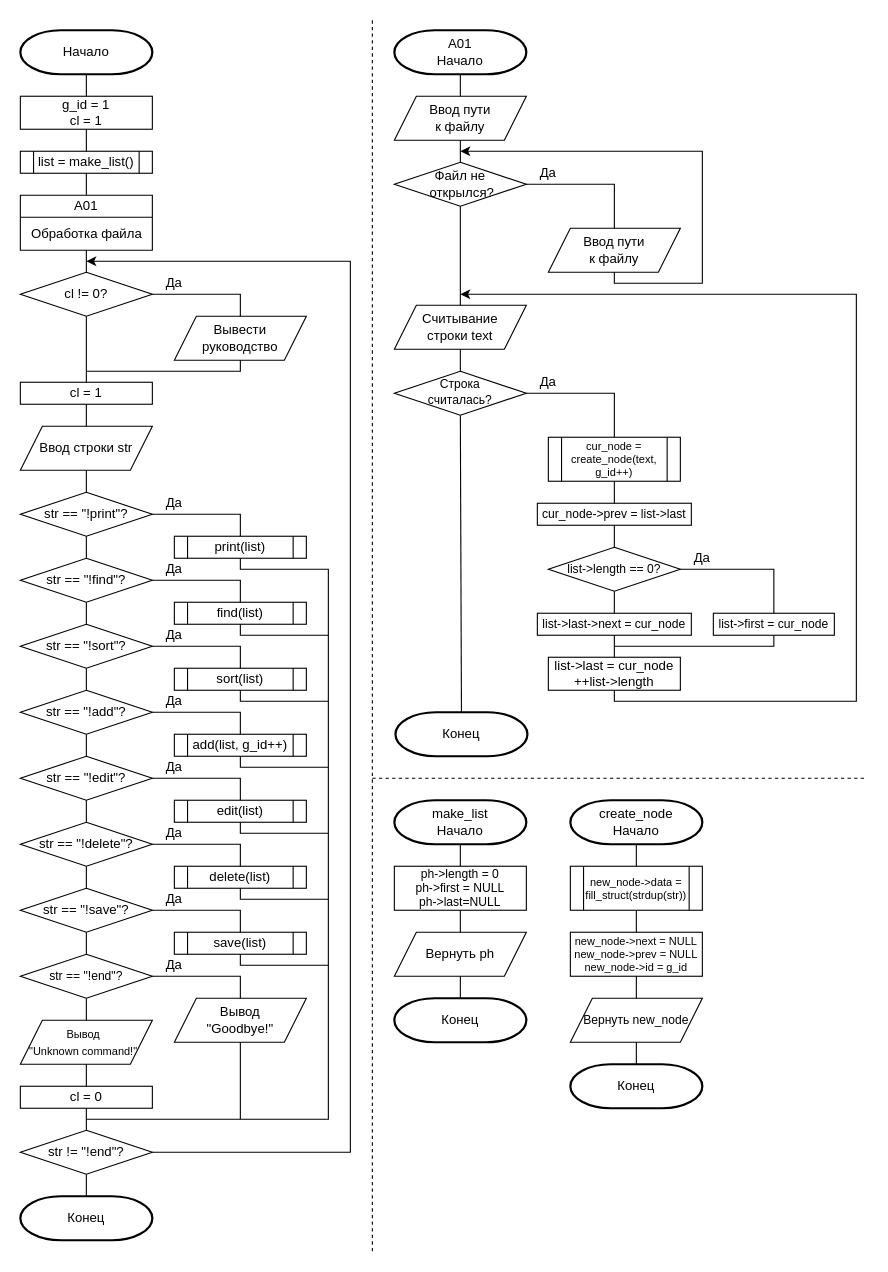
Before: page "main+make+create(3)" (2 of 12) of images/Схема алгоритма.drawio in DexTver/course_work_sql, a draw.io diagram. Source tidied: cells renumbered, new cells numbered last; positions are measured from the earlier drawing's top-left corner, leaving out a move shared by most shapes. Both pictures are drawn from the tidied source at 110%, with x=0, y=0 at pixel (20, 19).
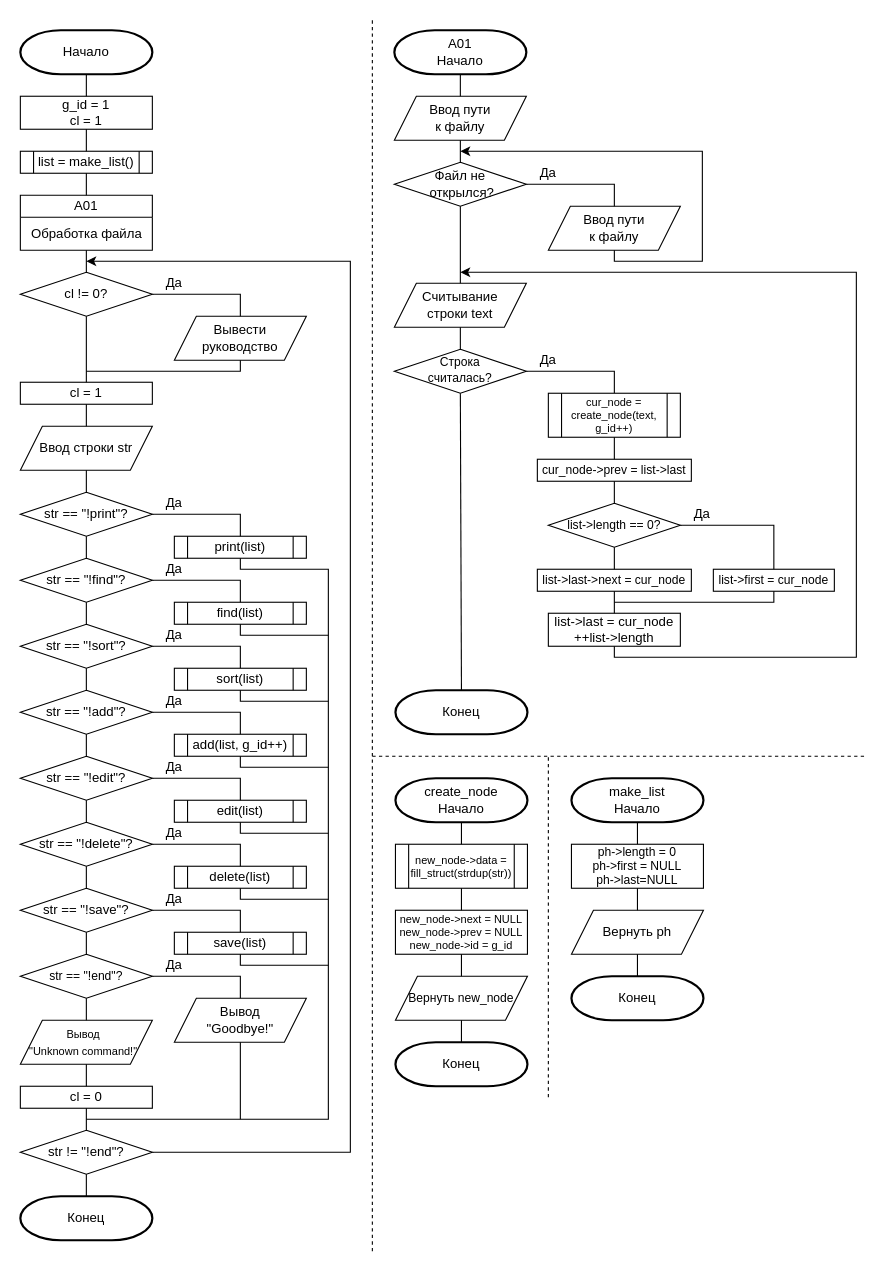
The same diagram, later.

Diff of the diagram source:
```diff
@@
     <mxCell id="5" value="Ввод пути&lt;br&gt;к файлу" style="shape=parallelogram;perimeter=parallelogramPerimeter;whiteSpace=wrap;html=1;fixedSize=1;" parent="1" vertex="1">
-      <mxGeometry x="480" y="190" width="120" height="40" as="geometry" />
+      <mxGeometry x="480" y="170" width="120" height="40" as="geometry" />
     </mxCell>
     <mxCell id="6" style="endArrow=classic;html=1;rounded=0;exitX=0.5;exitY=1;exitDx=0;exitDy=0;" parent="1" edge="1" source="5">
       <mxGeometry relative="1" as="geometry">
         <mxPoint x="400" y="120" as="targetPoint" />
         <Array as="points">
-          <mxPoint x="540" y="240" />
-          <mxPoint x="620" y="240" />
+          <mxPoint x="540" y="220" />
+          <mxPoint x="620" y="220" />
           <mxPoint x="620" y="120" />
         </Array>
       </mxGeometry>
     </mxCell>
@@
     <mxCell id="15" value="&lt;p style=&quot;line-height: 110%;&quot;&gt;&lt;font style=&quot;font-size: 11px;&quot;&gt;Строка&lt;br&gt;считалась?&lt;/font&gt;&lt;/p&gt;" style="strokeWidth=1;html=1;shape=mxgraph.flowchart.decision;whiteSpace=wrap;spacingBottom=3;" parent="1" vertex="1">
-      <mxGeometry x="340" y="320" width="120" height="40" as="geometry" />
+      <mxGeometry x="340" y="300" width="120" height="40" as="geometry" />
     </mxCell>
     <mxCell id="16" value="Считывание&lt;br&gt;строки text" style="shape=parallelogram;perimeter=parallelogramPerimeter;whiteSpace=wrap;html=1;fixedSize=1;" parent="1" vertex="1">
-      <mxGeometry x="340" y="260" width="120" height="40" as="geometry" />
+      <mxGeometry x="340" y="240" width="120" height="40" as="geometry" />
     </mxCell>
@@
     <mxCell id="18" style="endArrow=none;html=1;rounded=0;entryX=1;entryY=0.5;entryDx=0;entryDy=0;entryPerimeter=0;exitX=0.5;exitY=0;exitDx=0;exitDy=0;" parent="1" edge="1" source="24" target="15">
       <mxGeometry relative="1" as="geometry">
         <Array as="points">
-          <mxPoint x="540" y="340" />
+          <mxPoint x="540" y="320" />
         </Array>
       </mxGeometry>
     </mxCell>
     <mxCell id="19" value="Да" style="text;html=1;strokeColor=none;fillColor=none;align=center;verticalAlign=middle;whiteSpace=wrap;rounded=0;" parent="1" vertex="1">
-      <mxGeometry x="450" y="315" width="60" height="30" as="geometry" />
+      <mxGeometry x="450" y="295" width="60" height="30" as="geometry" />
     </mxCell>
@@
     <mxCell id="21" value="Конец" style="strokeWidth=2;html=1;shape=mxgraph.flowchart.terminator;whiteSpace=wrap;" parent="1" vertex="1">
-      <mxGeometry x="341" y="630" width="120" height="40" as="geometry" />
+      <mxGeometry x="341" y="610" width="120" height="40" as="geometry" />
     </mxCell>
@@
     <mxCell id="24" value="cur_node = create_node(text, g_id++)" style="shape=process;whiteSpace=wrap;html=1;backgroundOutline=1;fontSize=10;" parent="1" vertex="1">
-      <mxGeometry x="480" y="380" width="120" height="40" as="geometry" />
+      <mxGeometry x="480" y="340" width="120" height="40" as="geometry" />
     </mxCell>
     <mxCell id="25" value="cur_node-&amp;gt;prev = list-&amp;gt;last" style="rounded=0;whiteSpace=wrap;html=1;fontSize=11;" parent="1" vertex="1">
-      <mxGeometry x="470" y="440" width="140" height="20" as="geometry" />
+      <mxGeometry x="470" y="400" width="140" height="20" as="geometry" />
     </mxCell>
     <mxCell id="26" value="list-&amp;gt;length == 0?" style="strokeWidth=1;html=1;shape=mxgraph.flowchart.decision;whiteSpace=wrap;fontSize=11;" parent="1" vertex="1">
-      <mxGeometry x="480" y="480" width="120" height="40" as="geometry" />
+      <mxGeometry x="480" y="440" width="120" height="40" as="geometry" />
     </mxCell>
     <mxCell id="27" value="list-&amp;gt;first = cur_node" style="rounded=0;whiteSpace=wrap;html=1;fontSize=11;" parent="1" vertex="1">
-      <mxGeometry x="630" y="540" width="110" height="20" as="geometry" />
+      <mxGeometry x="630" y="500" width="110" height="20" as="geometry" />
     </mxCell>
     <mxCell id="28" value="list-&amp;gt;last-&amp;gt;next = cur_node" style="rounded=0;whiteSpace=wrap;html=1;fontSize=11;" parent="1" vertex="1">
-      <mxGeometry x="470" y="540" width="140" height="20" as="geometry" />
+      <mxGeometry x="470" y="500" width="140" height="20" as="geometry" />
     </mxCell>
@@
     <mxCell id="31" value="list-&amp;gt;last = cur_node&lt;div&gt;++list-&amp;gt;length&lt;br&gt;&lt;/div&gt;" style="rounded=0;whiteSpace=wrap;html=1;" parent="1" vertex="1">
-      <mxGeometry x="480" y="580" width="120" height="30" as="geometry" />
+      <mxGeometry x="480" y="540" width="120" height="30" as="geometry" />
     </mxCell>
     <mxCell id="32" style="endArrow=none;html=1;rounded=0;entryX=1;entryY=0.5;entryDx=0;entryDy=0;entryPerimeter=0;exitX=0.5;exitY=0;exitDx=0;exitDy=0;" parent="1" edge="1" source="27" target="26">
       <mxGeometry relative="1" as="geometry">
         <Array as="points">
-          <mxPoint x="685" y="500" />
+          <mxPoint x="685" y="460" />
         </Array>
       </mxGeometry>
     </mxCell>
@@
     <mxCell id="35" style="endArrow=none;html=1;rounded=0;entryX=0.5;entryY=1;entryDx=0;entryDy=0;" parent="1" edge="1" target="27">
       <mxGeometry relative="1" as="geometry">
-        <mxPoint x="540" y="570" as="sourcePoint" />
+        <mxPoint x="540" y="530" as="sourcePoint" />
         <Array as="points">
-          <mxPoint x="685" y="570" />
+          <mxPoint x="685" y="530" />
         </Array>
       </mxGeometry>
     </mxCell>
     <mxCell id="36" style="endArrow=none;html=1;rounded=0;entryX=0.5;entryY=1;entryDx=0;entryDy=0;startArrow=classic;startFill=1;" parent="1" edge="1" target="31">
       <mxGeometry relative="1" as="geometry">
-        <mxPoint x="400" y="250" as="sourcePoint" />
+        <mxPoint x="400" y="230" as="sourcePoint" />
         <Array as="points">
-          <mxPoint x="760" y="250" />
-          <mxPoint x="760" y="620" />
-          <mxPoint x="540" y="620" />
+          <mxPoint x="760" y="230" />
+          <mxPoint x="760" y="580" />
+          <mxPoint x="540" y="580" />
         </Array>
       </mxGeometry>
     </mxCell>
     <mxCell id="37" value="Да" style="text;html=1;strokeColor=none;fillColor=none;align=center;verticalAlign=middle;whiteSpace=wrap;rounded=0;" parent="1" vertex="1">
-      <mxGeometry x="590" y="475" width="60" height="30" as="geometry" />
+      <mxGeometry x="590" y="435" width="60" height="30" as="geometry" />
     </mxCell>
@@
     <mxCell id="108" value="&lt;div&gt;make_list&lt;br&gt;&lt;/div&gt;Начало" style="strokeWidth=2;html=1;shape=mxgraph.flowchart.terminator;whiteSpace=wrap;" parent="1" vertex="1">
-      <mxGeometry x="340" y="710" width="120" height="40" as="geometry" />
+      <mxGeometry x="501" y="690" width="120" height="40" as="geometry" />
     </mxCell>
     <mxCell id="109" value="ph-&amp;gt;length = 0&lt;div style=&quot;font-size: 11px;&quot;&gt;ph-&amp;gt;first = NULL&lt;br style=&quot;font-size: 11px;&quot;&gt;&lt;/div&gt;&lt;div style=&quot;font-size: 11px;&quot;&gt;ph-&amp;gt;last=NULL&lt;/div&gt;" style="rounded=0;whiteSpace=wrap;html=1;fontSize=11;" parent="1" vertex="1">
-      <mxGeometry x="340" y="770" width="120" height="40" as="geometry" />
+      <mxGeometry x="501" y="750" width="120" height="40" as="geometry" />
     </mxCell>
     <mxCell id="110" value="Вернуть ph" style="shape=parallelogram;perimeter=parallelogramPerimeter;whiteSpace=wrap;html=1;fixedSize=1;" parent="1" vertex="1">
-      <mxGeometry x="340" y="830" width="120" height="40" as="geometry" />
+      <mxGeometry x="501" y="810" width="120" height="40" as="geometry" />
     </mxCell>
     <mxCell id="111" value="Конец" style="strokeWidth=2;html=1;shape=mxgraph.flowchart.terminator;whiteSpace=wrap;" parent="1" vertex="1">
-      <mxGeometry x="340" y="890" width="120" height="40" as="geometry" />
+      <mxGeometry x="501" y="870" width="120" height="40" as="geometry" />
     </mxCell>
@@
     <mxCell id="115" value="&lt;div&gt;create_node&lt;br&gt;&lt;/div&gt;Начало" style="strokeWidth=2;html=1;shape=mxgraph.flowchart.terminator;whiteSpace=wrap;" parent="1" vertex="1">
-      <mxGeometry x="500" y="710" width="120" height="40" as="geometry" />
+      <mxGeometry x="341" y="690" width="120" height="40" as="geometry" />
     </mxCell>
     <mxCell id="116" value="&lt;div style=&quot;font-size: 10px;&quot;&gt;&lt;font style=&quot;font-size: 10px;&quot;&gt;new_node-&amp;gt;next = NULL&lt;/font&gt;&lt;br style=&quot;font-size: 10px;&quot;&gt;&lt;/div&gt;&lt;div style=&quot;font-size: 10px;&quot;&gt;&lt;font style=&quot;font-size: 10px;&quot;&gt;new_node-&amp;gt;prev = NULL&lt;br&gt;&lt;/font&gt;&lt;/div&gt;&lt;div style=&quot;font-size: 10px;&quot;&gt;&lt;font style=&quot;font-size: 10px;&quot;&gt;new_node-&amp;gt;id = g_id&lt;/font&gt;&lt;/div&gt;" style="rounded=0;whiteSpace=wrap;html=1;fontSize=10;" parent="1" vertex="1">
-      <mxGeometry x="500" y="830" width="120" height="40" as="geometry" />
+      <mxGeometry x="341" y="810" width="120" height="40" as="geometry" />
     </mxCell>
     <mxCell id="117" value="new_node-&amp;gt;data = fill_struct(strdup(str))" style="shape=process;whiteSpace=wrap;html=1;backgroundOutline=1;fontSize=10;" parent="1" vertex="1">
-      <mxGeometry x="500" y="770" width="120" height="40" as="geometry" />
+      <mxGeometry x="341" y="750" width="120" height="40" as="geometry" />
     </mxCell>
     <mxCell id="118" value="Вернуть&amp;nbsp;new_node" style="shape=parallelogram;perimeter=parallelogramPerimeter;whiteSpace=wrap;html=1;fixedSize=1;spacingLeft=50;spacingRight=50;fontSize=11;" parent="1" vertex="1">
-      <mxGeometry x="500" y="890" width="120" height="40" as="geometry" />
+      <mxGeometry x="341" y="870" width="120" height="40" as="geometry" />
     </mxCell>
     <mxCell id="119" value="Конец" style="strokeWidth=2;html=1;shape=mxgraph.flowchart.terminator;whiteSpace=wrap;" parent="1" vertex="1">
-      <mxGeometry x="500" y="950" width="120" height="40" as="geometry" />
+      <mxGeometry x="341" y="930" width="120" height="40" as="geometry" />
     </mxCell>
@@
     <mxCell id="125" style="endArrow=none;dashed=1;html=1;rounded=0;" parent="1" edge="1">
       <mxGeometry relative="1" as="geometry">
-        <mxPoint x="320" y="690" as="sourcePoint" />
-        <mxPoint x="770" y="690" as="targetPoint" />
+        <mxPoint x="320" y="670" as="sourcePoint" />
+        <mxPoint x="770" y="670" as="targetPoint" />
       </mxGeometry>
     </mxCell>
+    <mxCell id="126" style="endArrow=none;dashed=1;html=1;rounded=0;" parent="1" edge="1">
+      <mxGeometry relative="1" as="geometry">
+        <mxPoint x="480" y="980" as="sourcePoint" />
+        <mxPoint x="480" y="670" as="targetPoint" />
+      </mxGeometry>
+    </mxCell>
```
